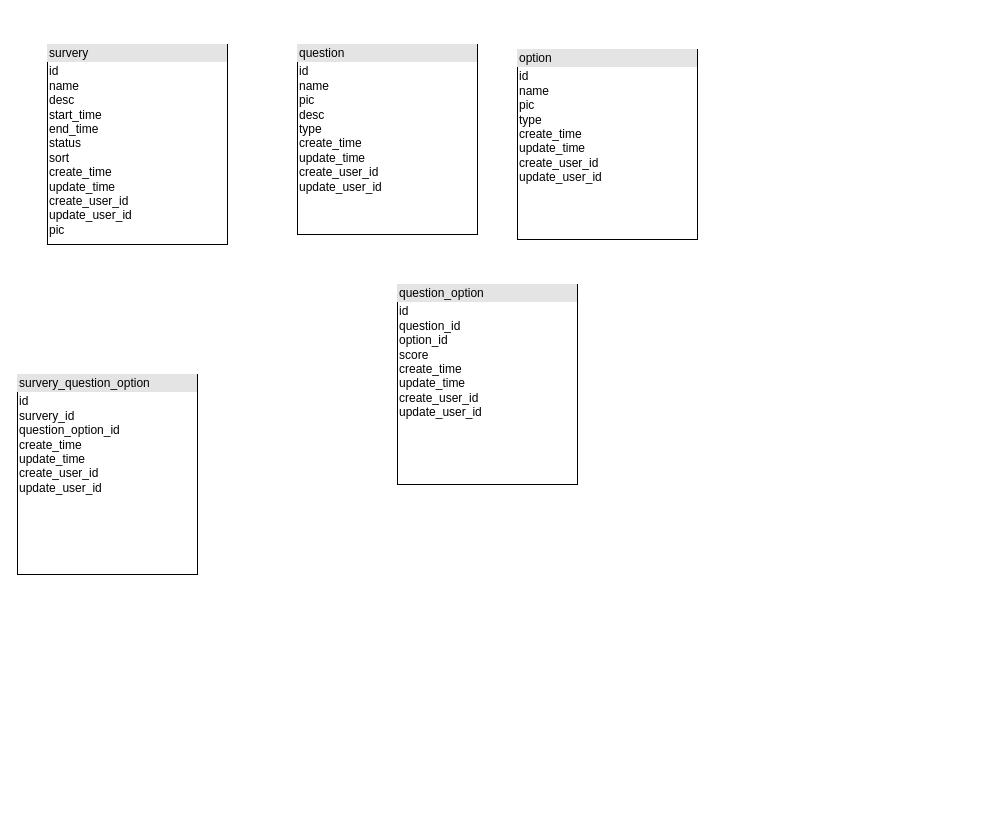
The draw.io diagram 质保问卷系统数据库设计.drawio in catcallxw/uml, before the edit. Source tidied: cells renumbered, new cells numbered last; positions are measured from the earlier drawing's top-left corner, leaving out a move shared by most shapes. Both pictures are drawn from the tidied source at 100%, with x=0, y=0 at pixel (17, 44).
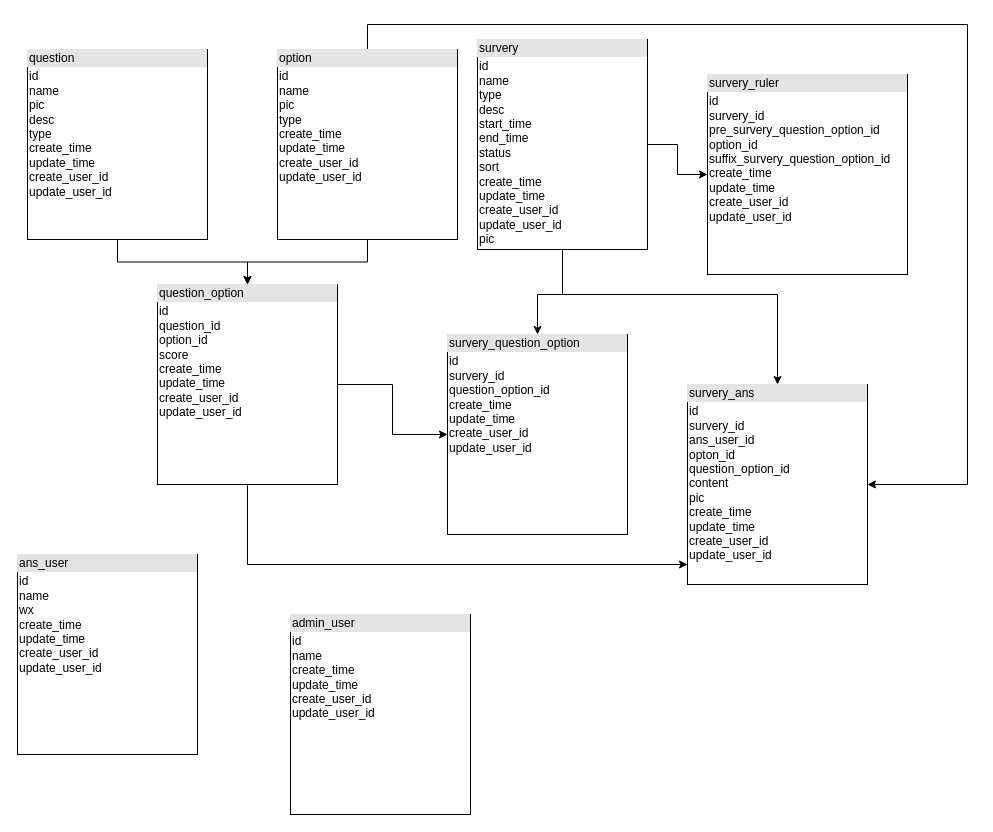
The same diagram, later.

Commit message:
Update 质保问卷系统数据库设计.drawio

What changed in the source:
```diff
@@
+    <mxCell id="7" style="edgeStyle=orthogonalEdgeStyle;rounded=0;jettySize=auto;html=1;" parent="1" edge="1" source="2" target="6">
+      <mxGeometry relative="1" as="geometry" />
+    </mxCell>
     <mxCell id="2" value="&lt;div style=&quot;box-sizing: border-box ; width: 100% ; background: #e4e4e4 ; padding: 2px&quot;&gt;question&lt;/div&gt;&lt;table style=&quot;width: 100% ; font-size: 1em&quot; cellpadding=&quot;2&quot; cellspacing=&quot;0&quot;&gt;&lt;tbody&gt;&lt;tr&gt;&lt;td&gt;id&lt;br&gt;name&lt;br&gt;pic&lt;br&gt;desc&lt;br&gt;type&lt;br&gt;create_time&lt;br&gt;update_time&lt;br&gt;create_user_id&lt;br&gt;update_user_id&lt;br&gt;&lt;table cellpadding=&quot;2&quot; cellspacing=&quot;0&quot; style=&quot;font-size: 1em ; width: 180px&quot;&gt;&lt;tbody&gt;&lt;tr&gt;&lt;td&gt;&lt;br&gt;&lt;/td&gt;&lt;td&gt;&lt;br&gt;&lt;/td&gt;&lt;td&gt;&lt;br&gt;&lt;/td&gt;&lt;/tr&gt;&lt;/tbody&gt;&lt;/table&gt;&lt;/td&gt;&lt;td&gt;&lt;br&gt;&lt;/td&gt;&lt;/tr&gt;&lt;tr&gt;&lt;td&gt;&lt;br&gt;&lt;/td&gt;&lt;td&gt;&lt;br&gt;&lt;/td&gt;&lt;/tr&gt;&lt;/tbody&gt;&lt;/table&gt;" style="verticalAlign=top;align=left;overflow=fill;html=1;" parent="1" vertex="1">
-      <mxGeometry x="280" width="180" height="190" as="geometry" />
+      <mxGeometry x="10" y="5" width="180" height="190" as="geometry" />
     </mxCell>
+    <mxCell id="8" style="edgeStyle=orthogonalEdgeStyle;rounded=0;jettySize=auto;html=1;entryX=0.5;entryY=0;entryDx=0;entryDy=0;" parent="1" edge="1" source="3" target="6">
+      <mxGeometry relative="1" as="geometry" />
+    </mxCell>
+    <mxCell id="9" style="edgeStyle=orthogonalEdgeStyle;rounded=0;jettySize=auto;html=1;" parent="1" edge="1" source="3" target="16">
+      <mxGeometry relative="1" as="geometry">
+        <Array as="points">
+          <mxPoint x="350" y="-20" />
+          <mxPoint x="950" y="-20" />
+          <mxPoint x="950" y="440" />
+        </Array>
+      </mxGeometry>
+    </mxCell>
     <mxCell id="3" value="&lt;div style=&quot;box-sizing: border-box ; width: 100% ; background: #e4e4e4 ; padding: 2px&quot;&gt;option&lt;/div&gt;&lt;table style=&quot;width: 100% ; font-size: 1em&quot; cellpadding=&quot;2&quot; cellspacing=&quot;0&quot;&gt;&lt;tbody&gt;&lt;tr&gt;&lt;td&gt;id&lt;br&gt;name&lt;br&gt;pic&lt;br&gt;type&lt;br&gt;create_time&lt;br&gt;update_time&lt;br&gt;create_user_id&lt;br&gt;update_user_id&lt;br&gt;&lt;br&gt;&lt;br&gt;&lt;/td&gt;&lt;td&gt;&lt;br&gt;&lt;/td&gt;&lt;/tr&gt;&lt;tr&gt;&lt;td&gt;&lt;br&gt;&lt;/td&gt;&lt;td&gt;&lt;br&gt;&lt;/td&gt;&lt;/tr&gt;&lt;/tbody&gt;&lt;/table&gt;" style="verticalAlign=top;align=left;overflow=fill;html=1;" parent="1" vertex="1">
-      <mxGeometry x="500" y="5" width="180" height="190" as="geometry" />
+      <mxGeometry x="260" y="5" width="180" height="190" as="geometry" />
     </mxCell>
+    <mxCell id="10" style="edgeStyle=orthogonalEdgeStyle;rounded=0;jettySize=auto;html=1;" parent="1" edge="1" source="4" target="5">
+      <mxGeometry relative="1" as="geometry">
+        <Array as="points">
+          <mxPoint x="545" y="250" />
+          <mxPoint x="520" y="250" />
+        </Array>
+      </mxGeometry>
+    </mxCell>
+    <mxCell id="11" style="edgeStyle=orthogonalEdgeStyle;rounded=0;jettySize=auto;html=1;" parent="1" edge="1" source="4" target="15">
+      <mxGeometry relative="1" as="geometry" />
+    </mxCell>
+    <mxCell id="12" style="edgeStyle=orthogonalEdgeStyle;rounded=0;jettySize=auto;html=1;exitX=0.5;exitY=1;exitDx=0;exitDy=0;" parent="1" edge="1" source="4" target="16">
+      <mxGeometry relative="1" as="geometry">
+        <Array as="points">
+          <mxPoint x="545" y="250" />
+          <mxPoint x="760" y="250" />
+        </Array>
+      </mxGeometry>
+    </mxCell>
-    <mxCell id="4" value="&lt;div style=&quot;box-sizing: border-box ; width: 100% ; background: #e4e4e4 ; padding: 2px&quot;&gt;survery&lt;/div&gt;&lt;table style=&quot;width: 100% ; font-size: 1em&quot; cellpadding=&quot;2&quot; cellspacing=&quot;0&quot;&gt;&lt;tbody&gt;&lt;tr&gt;&lt;td&gt;id&lt;span&gt; &lt;/span&gt;&lt;br&gt;name&lt;br&gt;desc&lt;br&gt;start_time&lt;br&gt;end_time&lt;br&gt;status&lt;br&gt;sort&lt;br&gt;create_time&lt;br&gt;update_time&lt;br&gt;create_user_id&lt;br&gt;update_user_id&lt;br&gt;pic&lt;span&gt;&lt;/span&gt;&lt;/td&gt;&lt;td&gt;&lt;br&gt;&lt;/td&gt;&lt;/tr&gt;&lt;tr&gt;&lt;td&gt;&lt;br&gt;&lt;/td&gt;&lt;td&gt;&lt;br&gt;&lt;/td&gt;&lt;/tr&gt;&lt;/tbody&gt;&lt;/table&gt;" style="verticalAlign=top;align=left;overflow=fill;html=1;" parent="1" vertex="1">
-      <mxGeometry x="30" width="180" height="200" as="geometry" />
+    <mxCell id="4" value="&lt;div style=&quot;box-sizing: border-box ; width: 100% ; background: #e4e4e4 ; padding: 2px&quot;&gt;survery&lt;/div&gt;&lt;table style=&quot;width: 100% ; font-size: 1em&quot; cellpadding=&quot;2&quot; cellspacing=&quot;0&quot;&gt;&lt;tbody&gt;&lt;tr&gt;&lt;td&gt;id&lt;span&gt; &lt;/span&gt;&lt;br&gt;name&lt;br&gt;type&lt;br&gt;desc&lt;br&gt;start_time&lt;br&gt;end_time&lt;br&gt;status&lt;br&gt;sort&lt;br&gt;create_time&lt;br&gt;update_time&lt;br&gt;create_user_id&lt;br&gt;update_user_id&lt;br&gt;pic&lt;span&gt;&lt;/span&gt;&lt;/td&gt;&lt;td&gt;&lt;br&gt;&lt;/td&gt;&lt;/tr&gt;&lt;tr&gt;&lt;td&gt;&lt;br&gt;&lt;/td&gt;&lt;td&gt;&lt;br&gt;&lt;/td&gt;&lt;/tr&gt;&lt;/tbody&gt;&lt;/table&gt;" style="verticalAlign=top;align=left;overflow=fill;html=1;" parent="1" vertex="1">
+      <mxGeometry x="460" y="-5" width="170" height="210" as="geometry" />
     </mxCell>
     <mxCell id="5" value="&lt;div style=&quot;box-sizing: border-box ; width: 100% ; background: #e4e4e4 ; padding: 2px&quot;&gt;survery_question_option&lt;/div&gt;&lt;table style=&quot;width: 100% ; font-size: 1em&quot; cellpadding=&quot;2&quot; cellspacing=&quot;0&quot;&gt;&lt;tbody&gt;&lt;tr&gt;&lt;td&gt;id&lt;span&gt; &lt;/span&gt;&lt;br&gt;survery_id&lt;br&gt;question_option_id&lt;br&gt;create_time&lt;br&gt;update_time&lt;br&gt;create_user_id&lt;br&gt;update_user_id&lt;span&gt;&lt;/span&gt;&lt;/td&gt;&lt;td&gt;&lt;br&gt;&lt;/td&gt;&lt;/tr&gt;&lt;tr&gt;&lt;td&gt;&lt;br&gt;&lt;/td&gt;&lt;td&gt;&lt;br&gt;&lt;/td&gt;&lt;/tr&gt;&lt;/tbody&gt;&lt;/table&gt;" style="verticalAlign=top;align=left;overflow=fill;html=1;" parent="1" vertex="1">
-      <mxGeometry y="330" width="180" height="200" as="geometry" />
+      <mxGeometry x="430" y="290" width="180" height="200" as="geometry" />
     </mxCell>
+    <mxCell id="13" style="edgeStyle=orthogonalEdgeStyle;rounded=0;jettySize=auto;html=1;entryX=0;entryY=0.5;entryDx=0;entryDy=0;" parent="1" edge="1" source="6" target="5">
+      <mxGeometry relative="1" as="geometry" />
+    </mxCell>
+    <mxCell id="14" style="edgeStyle=orthogonalEdgeStyle;rounded=0;jettySize=auto;html=1;" parent="1" edge="1" source="6" target="16">
+      <mxGeometry relative="1" as="geometry">
+        <Array as="points">
+          <mxPoint x="230" y="520" />
+        </Array>
+      </mxGeometry>
+    </mxCell>
     <mxCell id="6" value="&lt;div style=&quot;box-sizing: border-box ; width: 100% ; background: #e4e4e4 ; padding: 2px&quot;&gt;question_option&lt;/div&gt;&lt;table style=&quot;width: 100% ; font-size: 1em&quot; cellpadding=&quot;2&quot; cellspacing=&quot;0&quot;&gt;&lt;tbody&gt;&lt;tr&gt;&lt;td&gt;id&lt;span&gt; &lt;/span&gt;&lt;br&gt;question_id&lt;br&gt;option_id&lt;br&gt;score&lt;br&gt;create_time&lt;br&gt;update_time&lt;br&gt;create_user_id&lt;br&gt;update_user_id&lt;span&gt;&lt;/span&gt;&lt;/td&gt;&lt;td&gt;&lt;br&gt;&lt;/td&gt;&lt;/tr&gt;&lt;tr&gt;&lt;td&gt;&lt;br&gt;&lt;/td&gt;&lt;td&gt;&lt;br&gt;&lt;/td&gt;&lt;/tr&gt;&lt;/tbody&gt;&lt;/table&gt;" style="verticalAlign=top;align=left;overflow=fill;html=1;" parent="1" vertex="1">
-      <mxGeometry x="380" y="240" width="180" height="200" as="geometry" />
+      <mxGeometry x="140" y="240" width="180" height="200" as="geometry" />
     </mxCell>
+    <mxCell id="15" value="&lt;div style=&quot;box-sizing: border-box ; width: 100% ; background: #e4e4e4 ; padding: 2px&quot;&gt;survery_ruler&lt;/div&gt;&lt;table style=&quot;width: 100% ; font-size: 1em&quot; cellpadding=&quot;2&quot; cellspacing=&quot;0&quot;&gt;&lt;tbody&gt;&lt;tr&gt;&lt;td&gt;id&lt;span&gt; &lt;/span&gt;&lt;br&gt;survery_id&lt;br&gt;pre_survery_question_option_id&lt;br&gt;option_id&lt;br&gt;suffix_survery_question_option_id&lt;br&gt;create_time&lt;br&gt;update_time&lt;br&gt;create_user_id&lt;br&gt;update_user_id&lt;span&gt;&lt;/span&gt;&lt;/td&gt;&lt;td&gt;&lt;br&gt;&lt;/td&gt;&lt;/tr&gt;&lt;tr&gt;&lt;td&gt;&lt;br&gt;&lt;/td&gt;&lt;td&gt;&lt;br&gt;&lt;/td&gt;&lt;/tr&gt;&lt;/tbody&gt;&lt;/table&gt;" style="verticalAlign=top;align=left;overflow=fill;html=1;" parent="1" vertex="1">
+      <mxGeometry x="690" y="30" width="200" height="200" as="geometry" />
+    </mxCell>
+    <mxCell id="16" value="&lt;div style=&quot;box-sizing: border-box ; width: 100% ; background: #e4e4e4 ; padding: 2px&quot;&gt;survery_ans&lt;/div&gt;&lt;table style=&quot;width: 100% ; font-size: 1em&quot; cellpadding=&quot;2&quot; cellspacing=&quot;0&quot;&gt;&lt;tbody&gt;&lt;tr&gt;&lt;td&gt;id&lt;span&gt; &lt;/span&gt;&lt;br&gt;survery_id&lt;br&gt;ans_user_id&lt;br&gt;opton_id&lt;br&gt;question_option_id&lt;br&gt;content&lt;br&gt;pic&lt;br&gt;create_time&lt;br&gt;update_time&lt;br&gt;create_user_id&lt;br&gt;update_user_id&lt;span&gt;&lt;/span&gt;&lt;/td&gt;&lt;td&gt;&lt;br&gt;&lt;/td&gt;&lt;/tr&gt;&lt;tr&gt;&lt;td&gt;&lt;br&gt;&lt;/td&gt;&lt;td&gt;&lt;br&gt;&lt;/td&gt;&lt;/tr&gt;&lt;/tbody&gt;&lt;/table&gt;" style="verticalAlign=top;align=left;overflow=fill;html=1;" parent="1" vertex="1">
+      <mxGeometry x="670" y="340" width="180" height="200" as="geometry" />
+    </mxCell>
+    <mxCell id="17" value="&lt;div style=&quot;box-sizing: border-box ; width: 100% ; background: #e4e4e4 ; padding: 2px&quot;&gt;admin_user&lt;/div&gt;&lt;table style=&quot;width: 100% ; font-size: 1em&quot; cellpadding=&quot;2&quot; cellspacing=&quot;0&quot;&gt;&lt;tbody&gt;&lt;tr&gt;&lt;td&gt;id&lt;span&gt; &lt;/span&gt;&lt;br&gt;name&lt;br&gt;create_time&lt;br&gt;update_time&lt;br&gt;create_user_id&lt;br&gt;update_user_id&lt;span&gt;&lt;/span&gt;&lt;/td&gt;&lt;td&gt;&lt;br&gt;&lt;/td&gt;&lt;/tr&gt;&lt;tr&gt;&lt;td&gt;&lt;br&gt;&lt;/td&gt;&lt;td&gt;&lt;br&gt;&lt;/td&gt;&lt;/tr&gt;&lt;/tbody&gt;&lt;/table&gt;" style="verticalAlign=top;align=left;overflow=fill;html=1;" parent="1" vertex="1">
+      <mxGeometry x="273" y="570" width="180" height="200" as="geometry" />
+    </mxCell>
+    <mxCell id="18" value="&lt;div style=&quot;box-sizing: border-box ; width: 100% ; background: #e4e4e4 ; padding: 2px&quot;&gt;ans_user&lt;/div&gt;&lt;table style=&quot;width: 100% ; font-size: 1em&quot; cellpadding=&quot;2&quot; cellspacing=&quot;0&quot;&gt;&lt;tbody&gt;&lt;tr&gt;&lt;td&gt;id&lt;span&gt; &lt;/span&gt;&lt;br&gt;name&lt;br&gt;wx&lt;br&gt;create_time&lt;br&gt;update_time&lt;br&gt;create_user_id&lt;br&gt;update_user_id&lt;span&gt;&lt;/span&gt;&lt;/td&gt;&lt;td&gt;&lt;br&gt;&lt;/td&gt;&lt;/tr&gt;&lt;tr&gt;&lt;td&gt;&lt;br&gt;&lt;/td&gt;&lt;td&gt;&lt;br&gt;&lt;/td&gt;&lt;/tr&gt;&lt;/tbody&gt;&lt;/table&gt;" style="verticalAlign=top;align=left;overflow=fill;html=1;" parent="1" vertex="1">
+      <mxGeometry y="510" width="180" height="200" as="geometry" />
+    </mxCell>
```
